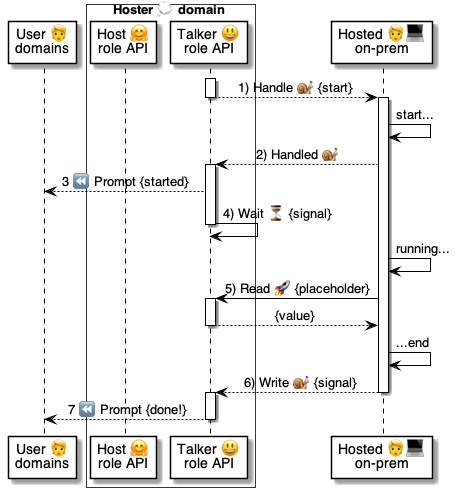
Before: 5 ⏩ Flows/79 😃⏩ Talkers/.📎 Assets/Wait.png, a diagram exported from PlantUML (pollyweb-org/pollyweb-docs). Its source is kept beside it as 5 ⏩ Flows/79 😃⏩ Talkers/.📎 Assets/Wait.puml.
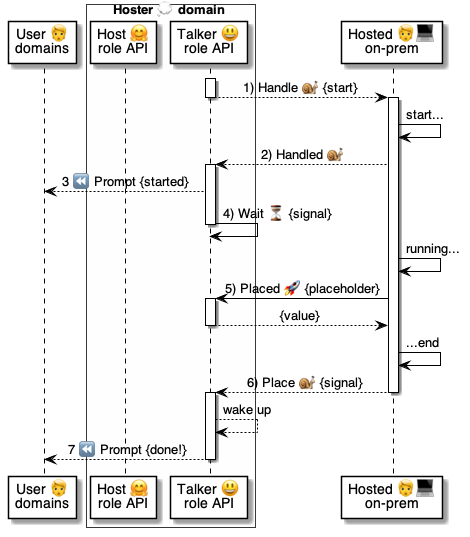
The same diagram one commit later.

Change to the diagram source:
```diff
@@ -22,17 +22,18 @@
     deactivate talker
 
     hosted -> hosted: running...
-    hosted -> talker: 5) Read 🚀 {placeholder}
+    hosted -> talker: 5) Placed 🚀 {placeholder}
     activate talker
         talker --> hosted: {value}
     deactivate talker
 
 
     hosted -> hosted: ...end
-    hosted --> talker: 6) Write 🐌 {signal}
+    hosted --> talker: 6) Place 🐌 {signal}
 deactivate hosted
 
 activate talker
+    talker --> talker: wake up
     talker --> user: 7 ⏪ Prompt {done!}
 deactivate talker
 
```
